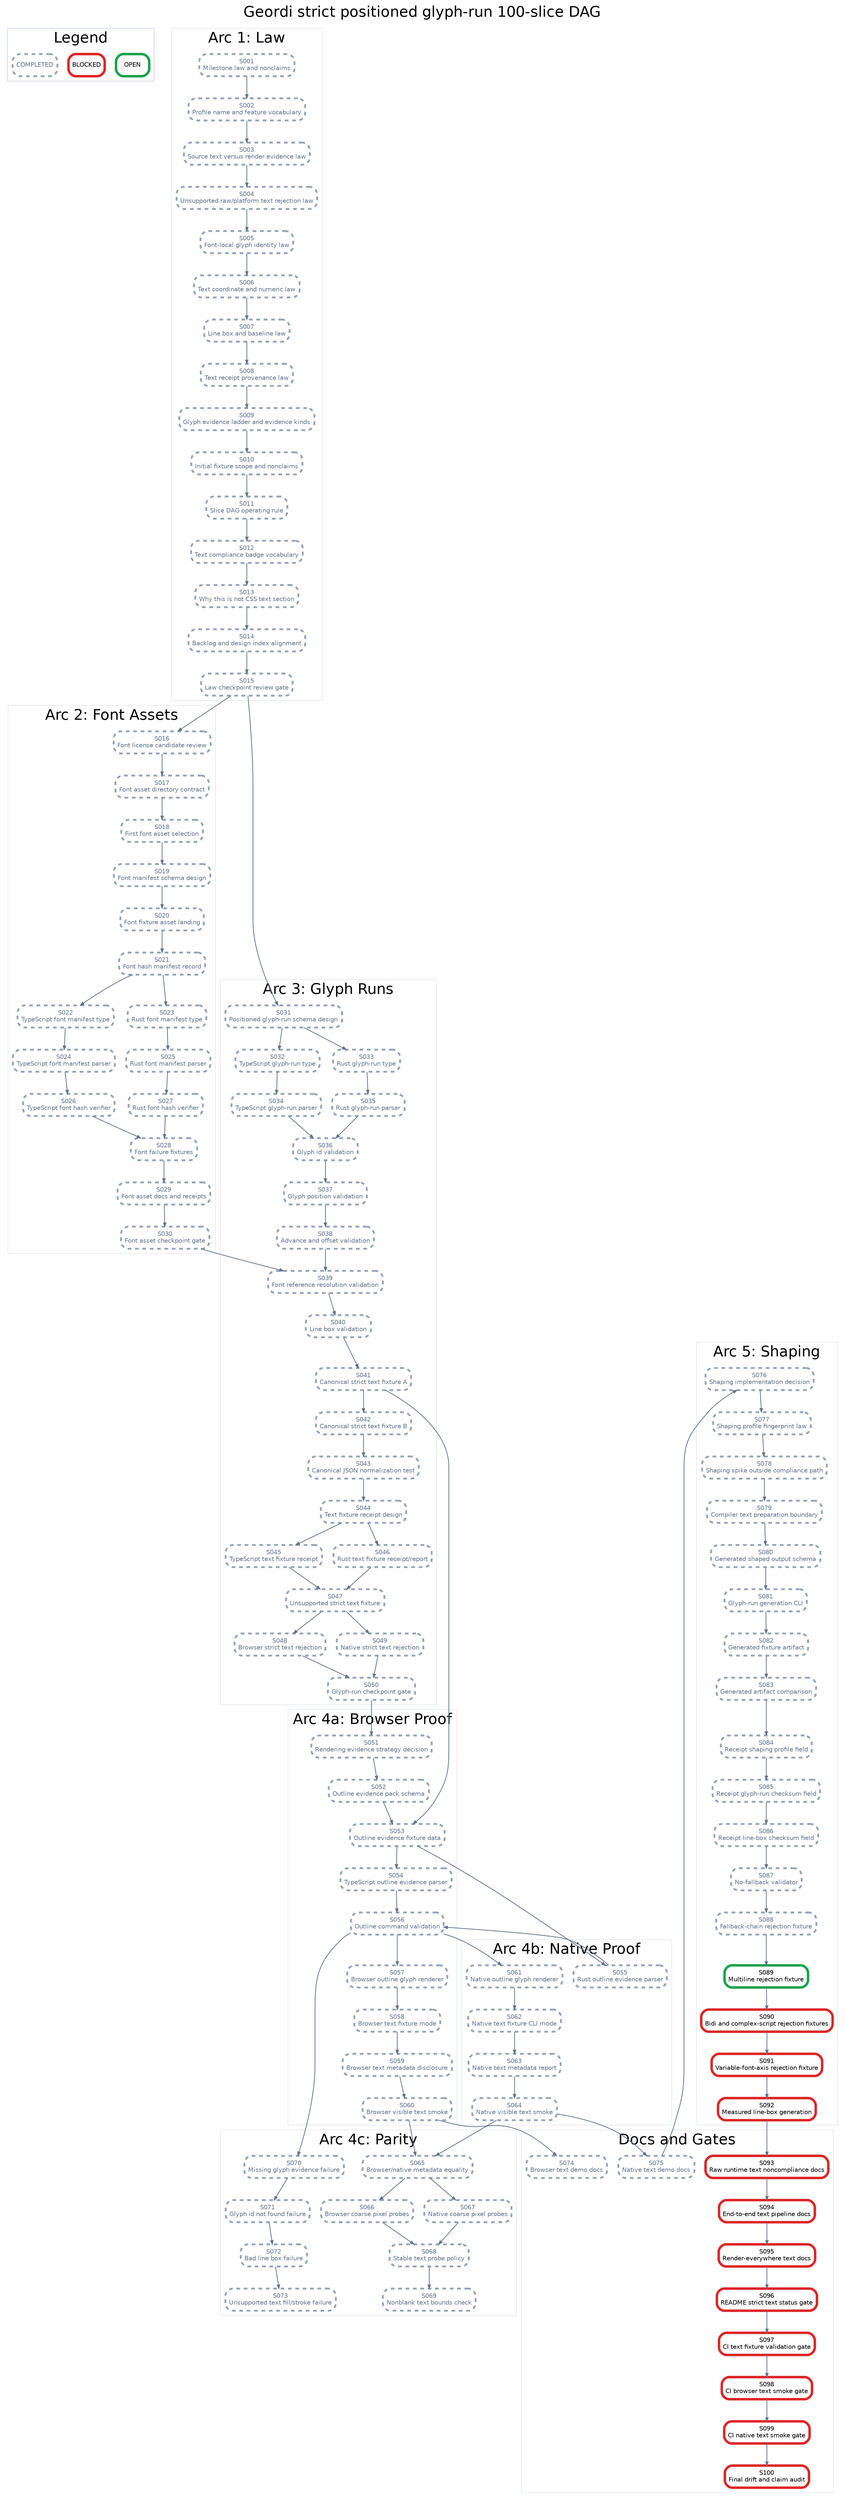
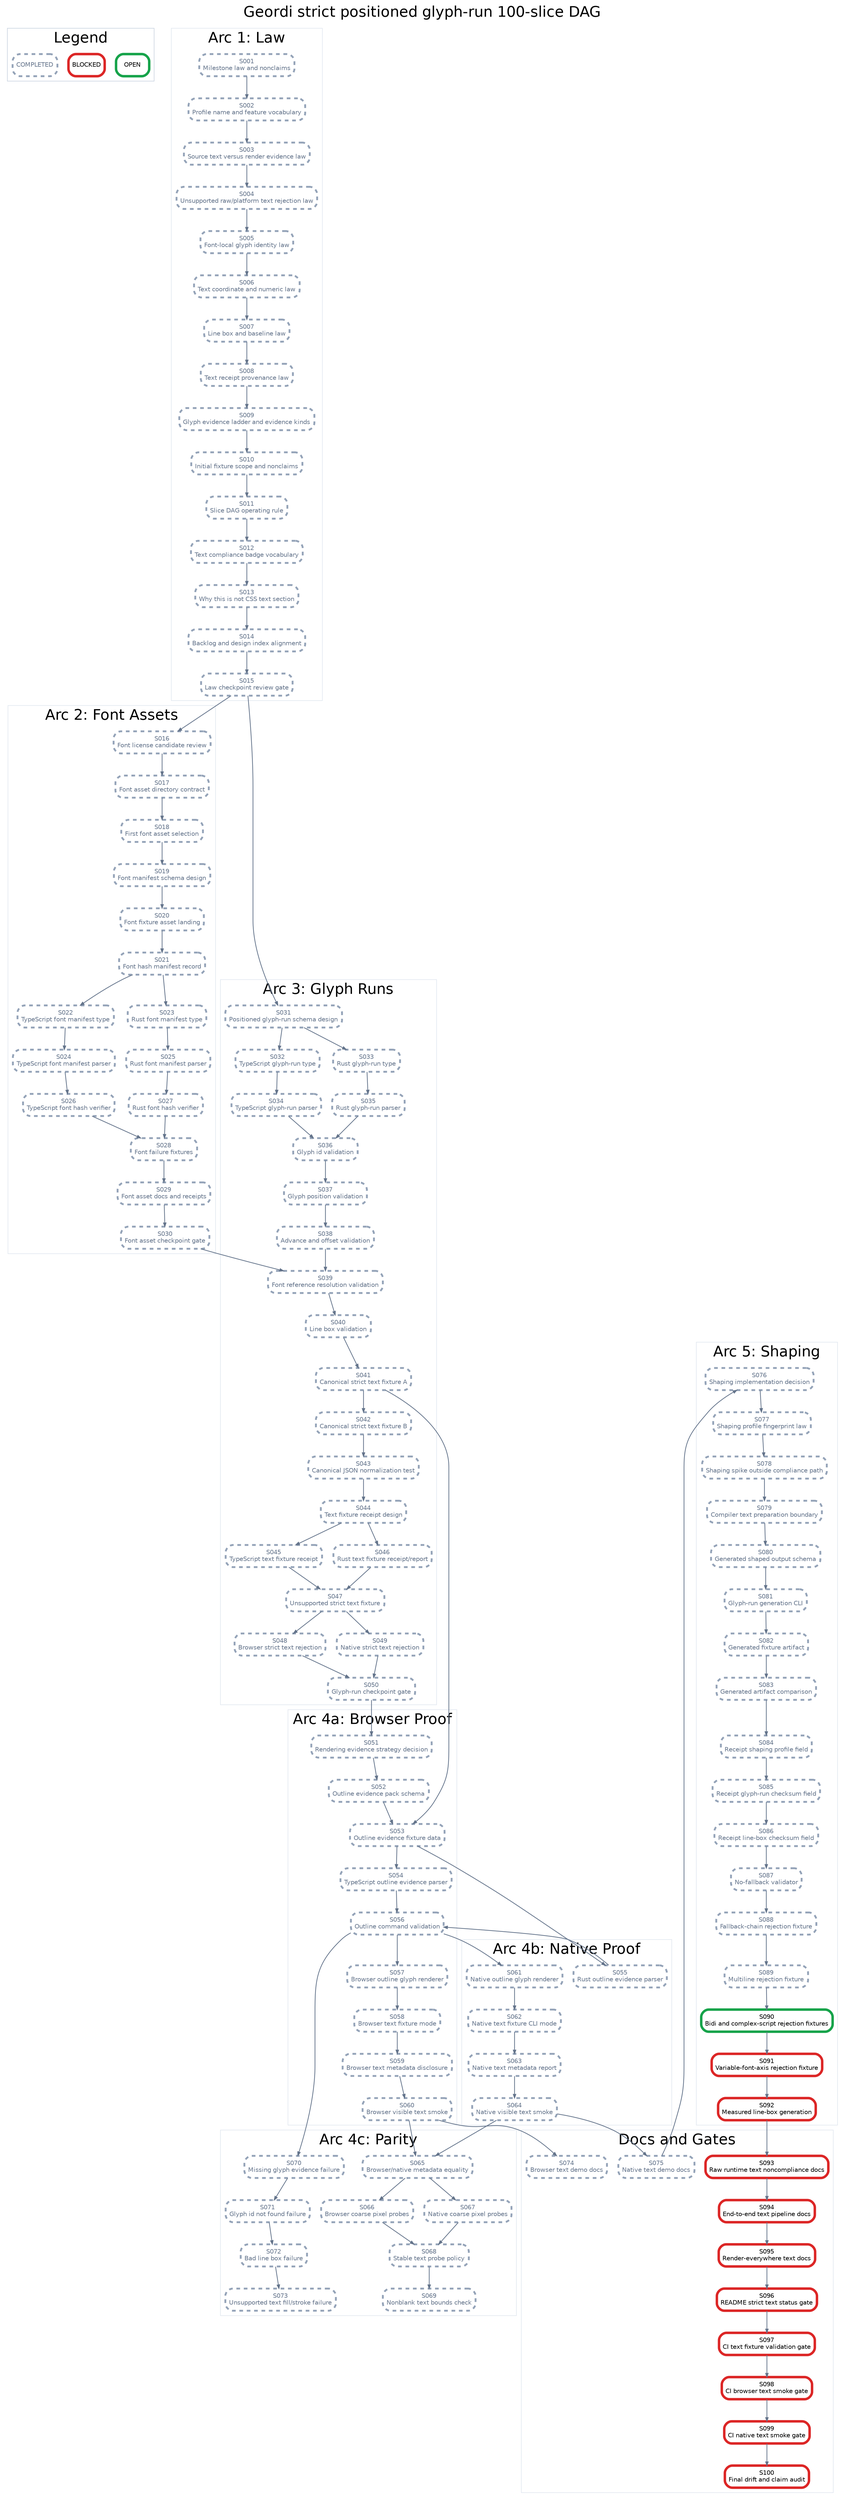
digraph StrictPositionedGlyphRunPlan {
  graph [rankdir=TB, bgcolor="white", fontname="Helvetica", label="Geordi strict positioned glyph-run 100-slice DAG", labelloc="t", fontsize=24];
  node [shape=box, style="rounded,filled", fillcolor="white", fontname="Helvetica", fontsize=10, margin="0.08,0.05"];
  edge [color="#64748b", arrowsize=0.6, penwidth=1.2];

  subgraph cluster_legend {
    label="Legend";
    color="#cbd5e1";
    legend_open [label="OPEN", color="#16a34a", penwidth=4];
    legend_blocked [label="BLOCKED", color="#dc2626", penwidth=4];
    legend_done [label="COMPLETED", color="#94a3b8", penwidth=3, style="rounded,filled,dashed", fontcolor="#64748b"];
  }

  subgraph cluster_law {
    label="Arc 1: Law";
    color="#e2e8f0";
    S001 [label="S001\nMilestone law and nonclaims", color="#94a3b8", penwidth=3, style="rounded,filled,dashed", fontcolor="#64748b"];
    S002 [label="S002\nProfile name and feature vocabulary", color="#94a3b8", penwidth=3, style="rounded,filled,dashed", fontcolor="#64748b"];
    S003 [label="S003\nSource text versus render evidence law", color="#94a3b8", penwidth=3, style="rounded,filled,dashed", fontcolor="#64748b"];
    S004 [label="S004\nUnsupported raw/platform text rejection law", color="#94a3b8", penwidth=3, style="rounded,filled,dashed", fontcolor="#64748b"];
    S005 [label="S005\nFont-local glyph identity law", color="#94a3b8", penwidth=3, style="rounded,filled,dashed", fontcolor="#64748b"];
    S006 [label="S006\nText coordinate and numeric law", color="#94a3b8", penwidth=3, style="rounded,filled,dashed", fontcolor="#64748b"];
    S007 [label="S007\nLine box and baseline law", color="#94a3b8", penwidth=3, style="rounded,filled,dashed", fontcolor="#64748b"];
    S008 [label="S008\nText receipt provenance law", color="#94a3b8", penwidth=3, style="rounded,filled,dashed", fontcolor="#64748b"];
    S009 [label="S009\nGlyph evidence ladder and evidence kinds", color="#94a3b8", penwidth=3, style="rounded,filled,dashed", fontcolor="#64748b"];
    S010 [label="S010\nInitial fixture scope and nonclaims", color="#94a3b8", penwidth=3, style="rounded,filled,dashed", fontcolor="#64748b"];
    S011 [label="S011\nSlice DAG operating rule", color="#94a3b8", penwidth=3, style="rounded,filled,dashed", fontcolor="#64748b"];
    S012 [label="S012\nText compliance badge vocabulary", color="#94a3b8", penwidth=3, style="rounded,filled,dashed", fontcolor="#64748b"];
    S013 [label="S013\nWhy this is not CSS text section", color="#94a3b8", penwidth=3, style="rounded,filled,dashed", fontcolor="#64748b"];
    S014 [label="S014\nBacklog and design index alignment", color="#94a3b8", penwidth=3, style="rounded,filled,dashed", fontcolor="#64748b"];
    S015 [label="S015\nLaw checkpoint review gate", color="#94a3b8", penwidth=3, style="rounded,filled,dashed", fontcolor="#64748b"];
  }

  subgraph cluster_assets {
    label="Arc 2: Font Assets";
    color="#e2e8f0";
    S016 [label="S016\nFont license candidate review", color="#94a3b8", penwidth=3, style="rounded,filled,dashed", fontcolor="#64748b"];
    S017 [label="S017\nFont asset directory contract", color="#94a3b8", penwidth=3, style="rounded,filled,dashed", fontcolor="#64748b"];
    S018 [label="S018\nFirst font asset selection", color="#94a3b8", penwidth=3, style="rounded,filled,dashed", fontcolor="#64748b"];
    S019 [label="S019\nFont manifest schema design", color="#94a3b8", penwidth=3, style="rounded,filled,dashed", fontcolor="#64748b"];
    S020 [label="S020\nFont fixture asset landing", color="#94a3b8", penwidth=3, style="rounded,filled,dashed", fontcolor="#64748b"];
    S021 [label="S021\nFont hash manifest record", color="#94a3b8", penwidth=3, style="rounded,filled,dashed", fontcolor="#64748b"];
    S022 [label="S022\nTypeScript font manifest type", color="#94a3b8", penwidth=3, style="rounded,filled,dashed", fontcolor="#64748b"];
    S023 [label="S023\nRust font manifest type", color="#94a3b8", penwidth=3, style="rounded,filled,dashed", fontcolor="#64748b"];
    S024 [label="S024\nTypeScript font manifest parser", color="#94a3b8", penwidth=3, style="rounded,filled,dashed", fontcolor="#64748b"];
    S025 [label="S025\nRust font manifest parser", color="#94a3b8", penwidth=3, style="rounded,filled,dashed", fontcolor="#64748b"];
    S026 [label="S026\nTypeScript font hash verifier", color="#94a3b8", penwidth=3, style="rounded,filled,dashed", fontcolor="#64748b"];
    S027 [label="S027\nRust font hash verifier", color="#94a3b8", penwidth=3, style="rounded,filled,dashed", fontcolor="#64748b"];
    S028 [label="S028\nFont failure fixtures", color="#94a3b8", penwidth=3, style="rounded,filled,dashed", fontcolor="#64748b"];
    S029 [label="S029\nFont asset docs and receipts", color="#94a3b8", penwidth=3, style="rounded,filled,dashed", fontcolor="#64748b"];
    S030 [label="S030\nFont asset checkpoint gate", color="#94a3b8", penwidth=3, style="rounded,filled,dashed", fontcolor="#64748b"];
  }

  subgraph cluster_glyph {
    label="Arc 3: Glyph Runs";
    color="#e2e8f0";
    S031 [label="S031\nPositioned glyph-run schema design", color="#94a3b8", penwidth=3, style="rounded,filled,dashed", fontcolor="#64748b"];
    S032 [label="S032\nTypeScript glyph-run type", color="#94a3b8", penwidth=3, style="rounded,filled,dashed", fontcolor="#64748b"];
    S033 [label="S033\nRust glyph-run type", color="#94a3b8", penwidth=3, style="rounded,filled,dashed", fontcolor="#64748b"];
    S034 [label="S034\nTypeScript glyph-run parser", color="#94a3b8", penwidth=3, style="rounded,filled,dashed", fontcolor="#64748b"];
    S035 [label="S035\nRust glyph-run parser", color="#94a3b8", penwidth=3, style="rounded,filled,dashed", fontcolor="#64748b"];
    S036 [label="S036\nGlyph id validation", color="#94a3b8", penwidth=3, style="rounded,filled,dashed", fontcolor="#64748b"];
    S037 [label="S037\nGlyph position validation", color="#94a3b8", penwidth=3, style="rounded,filled,dashed", fontcolor="#64748b"];
    S038 [label="S038\nAdvance and offset validation", color="#94a3b8", penwidth=3, style="rounded,filled,dashed", fontcolor="#64748b"];
    S039 [label="S039\nFont reference resolution validation", color="#94a3b8", penwidth=3, style="rounded,filled,dashed", fontcolor="#64748b"];
    S040 [label="S040\nLine box validation", color="#94a3b8", penwidth=3, style="rounded,filled,dashed", fontcolor="#64748b"];
    S041 [label="S041\nCanonical strict text fixture A", color="#94a3b8", penwidth=3, style="rounded,filled,dashed", fontcolor="#64748b"];
    S042 [label="S042\nCanonical strict text fixture B", color="#94a3b8", penwidth=3, style="rounded,filled,dashed", fontcolor="#64748b"];
    S043 [label="S043\nCanonical JSON normalization test", color="#94a3b8", penwidth=3, style="rounded,filled,dashed", fontcolor="#64748b"];
    S044 [label="S044\nText fixture receipt design", color="#94a3b8", penwidth=3, style="rounded,filled,dashed", fontcolor="#64748b"];
    S045 [label="S045\nTypeScript text fixture receipt", color="#94a3b8", penwidth=3, style="rounded,filled,dashed", fontcolor="#64748b"];
    S046 [label="S046\nRust text fixture receipt/report", color="#94a3b8", penwidth=3, style="rounded,filled,dashed", fontcolor="#64748b"];
    S047 [label="S047\nUnsupported strict text fixture", color="#94a3b8", penwidth=3, style="rounded,filled,dashed", fontcolor="#64748b"];
    S048 [label="S048\nBrowser strict text rejection", color="#94a3b8", penwidth=3, style="rounded,filled,dashed", fontcolor="#64748b"];
    S049 [label="S049\nNative strict text rejection", color="#94a3b8", penwidth=3, style="rounded,filled,dashed", fontcolor="#64748b"];
    S050 [label="S050\nGlyph-run checkpoint gate", color="#94a3b8", penwidth=3, style="rounded,filled,dashed", fontcolor="#64748b"];
  }

  subgraph cluster_browser {
    label="Arc 4a: Browser Proof";
    color="#e2e8f0";
    S051 [label="S051\nRendering evidence strategy decision", color="#94a3b8", penwidth=3, style="rounded,filled,dashed", fontcolor="#64748b"];
    S052 [label="S052\nOutline evidence pack schema", color="#94a3b8", penwidth=3, style="rounded,filled,dashed", fontcolor="#64748b"];
    S053 [label="S053\nOutline evidence fixture data", color="#94a3b8", penwidth=3, style="rounded,filled,dashed", fontcolor="#64748b"];
    S054 [label="S054\nTypeScript outline evidence parser", color="#94a3b8", penwidth=3, style="rounded,filled,dashed", fontcolor="#64748b"];
    S056 [label="S056\nOutline command validation", color="#94a3b8", penwidth=3, style="rounded,filled,dashed", fontcolor="#64748b"];
    S057 [label="S057\nBrowser outline glyph renderer", color="#94a3b8", penwidth=3, style="rounded,filled,dashed", fontcolor="#64748b"];
    S058 [label="S058\nBrowser text fixture mode", color="#94a3b8", penwidth=3, style="rounded,filled,dashed", fontcolor="#64748b"];
    S059 [label="S059\nBrowser text metadata disclosure", color="#94a3b8", penwidth=3, style="rounded,filled,dashed", fontcolor="#64748b"];
    S060 [label="S060\nBrowser visible text smoke", color="#94a3b8", penwidth=3, style="rounded,filled,dashed", fontcolor="#64748b"];
  }

  subgraph cluster_native {
    label="Arc 4b: Native Proof";
    color="#e2e8f0";
    S055 [label="S055\nRust outline evidence parser", color="#94a3b8", penwidth=3, style="rounded,filled,dashed", fontcolor="#64748b"];
    S061 [label="S061\nNative outline glyph renderer", color="#94a3b8", penwidth=3, style="rounded,filled,dashed", fontcolor="#64748b"];
    S062 [label="S062\nNative text fixture CLI mode", color="#94a3b8", penwidth=3, style="rounded,filled,dashed", fontcolor="#64748b"];
    S063 [label="S063\nNative text metadata report", color="#94a3b8", penwidth=3, style="rounded,filled,dashed", fontcolor="#64748b"];
    S064 [label="S064\nNative visible text smoke", color="#94a3b8", penwidth=3, style="rounded,filled,dashed", fontcolor="#64748b"];
  }

  subgraph cluster_parity {
    label="Arc 4c: Parity";
    color="#e2e8f0";
    S065 [label="S065\nBrowser/native metadata equality", color="#94a3b8", penwidth=3, style="rounded,filled,dashed", fontcolor="#64748b"];
    S066 [label="S066\nBrowser coarse pixel probes", color="#94a3b8", penwidth=3, style="rounded,filled,dashed", fontcolor="#64748b"];
    S067 [label="S067\nNative coarse pixel probes", color="#94a3b8", penwidth=3, style="rounded,filled,dashed", fontcolor="#64748b"];
    S068 [label="S068\nStable text probe policy", color="#94a3b8", penwidth=3, style="rounded,filled,dashed", fontcolor="#64748b"];
    S069 [label="S069\nNonblank text bounds check", color="#94a3b8", penwidth=3, style="rounded,filled,dashed", fontcolor="#64748b"];
    S070 [label="S070\nMissing glyph evidence failure", color="#94a3b8", penwidth=3, style="rounded,filled,dashed", fontcolor="#64748b"];
    S071 [label="S071\nGlyph id not found failure", color="#94a3b8", penwidth=3, style="rounded,filled,dashed", fontcolor="#64748b"];
    S072 [label="S072\nBad line box failure", color="#94a3b8", penwidth=3, style="rounded,filled,dashed", fontcolor="#64748b"];
    S073 [label="S073\nUnsupported text fill/stroke failure", color="#94a3b8", penwidth=3, style="rounded,filled,dashed", fontcolor="#64748b"];
  }

  subgraph cluster_shaping {
    label="Arc 5: Shaping";
    color="#e2e8f0";
    S076 [label="S076\nShaping implementation decision", color="#94a3b8", penwidth=3, style="rounded,filled,dashed", fontcolor="#64748b"];
    S077 [label="S077\nShaping profile fingerprint law", color="#94a3b8", penwidth=3, style="rounded,filled,dashed", fontcolor="#64748b"];
    S078 [label="S078\nShaping spike outside compliance path", color="#94a3b8", penwidth=3, style="rounded,filled,dashed", fontcolor="#64748b"];
    S079 [label="S079\nCompiler text preparation boundary", color="#94a3b8", penwidth=3, style="rounded,filled,dashed", fontcolor="#64748b"];
    S080 [label="S080\nGenerated shaped output schema", color="#94a3b8", penwidth=3, style="rounded,filled,dashed", fontcolor="#64748b"];
    S081 [label="S081\nGlyph-run generation CLI", color="#94a3b8", penwidth=3, style="rounded,filled,dashed", fontcolor="#64748b"];
    S082 [label="S082\nGenerated fixture artifact", color="#94a3b8", penwidth=3, style="rounded,filled,dashed", fontcolor="#64748b"];
    S083 [label="S083\nGenerated artifact comparison", color="#94a3b8", penwidth=3, style="rounded,filled,dashed", fontcolor="#64748b"];
    S084 [label="S084\nReceipt shaping profile field", color="#94a3b8", penwidth=3, style="rounded,filled,dashed", fontcolor="#64748b"];
    S085 [label="S085\nReceipt glyph-run checksum field", color="#94a3b8", penwidth=3, style="rounded,filled,dashed", fontcolor="#64748b"];
    S086 [label="S086\nReceipt line-box checksum field", color="#94a3b8", penwidth=3, style="rounded,filled,dashed", fontcolor="#64748b"];
    S087 [label="S087\nNo-fallback validator", color="#94a3b8", penwidth=3, style="rounded,filled,dashed", fontcolor="#64748b"];
    S088 [label="S088\nFallback-chain rejection fixture", color="#94a3b8", penwidth=3, style="rounded,filled,dashed", fontcolor="#64748b"];
-     S089 [label="S089\nMultiline rejection fixture", color="#16a34a", penwidth=4];
-     S090 [label="S090\nBidi and complex-script rejection fixtures", color="#dc2626", penwidth=4];
+     S089 [label="S089\nMultiline rejection fixture", color="#94a3b8", penwidth=3, style="rounded,filled,dashed", fontcolor="#64748b"];
+     S090 [label="S090\nBidi and complex-script rejection fixtures", color="#16a34a", penwidth=4];
    S091 [label="S091\nVariable-font-axis rejection fixture", color="#dc2626", penwidth=4];
    S092 [label="S092\nMeasured line-box generation", color="#dc2626", penwidth=4];
  }

  subgraph cluster_docs {
    label="Docs and Gates";
    color="#e2e8f0";
    S074 [label="S074\nBrowser text demo docs", color="#94a3b8", penwidth=3, style="rounded,filled,dashed", fontcolor="#64748b"];
    S075 [label="S075\nNative text demo docs", color="#94a3b8", penwidth=3, style="rounded,filled,dashed", fontcolor="#64748b"];
    S093 [label="S093\nRaw runtime text noncompliance docs", color="#dc2626", penwidth=4];
    S094 [label="S094\nEnd-to-end text pipeline docs", color="#dc2626", penwidth=4];
    S095 [label="S095\nRender-everywhere text docs", color="#dc2626", penwidth=4];
    S096 [label="S096\nREADME strict text status gate", color="#dc2626", penwidth=4];
    S097 [label="S097\nCI text fixture validation gate", color="#dc2626", penwidth=4];
    S098 [label="S098\nCI browser text smoke gate", color="#dc2626", penwidth=4];
    S099 [label="S099\nCI native text smoke gate", color="#dc2626", penwidth=4];
    S100 [label="S100\nFinal drift and claim audit", color="#dc2626", penwidth=4];
  }

  S001 -> S002;
  S002 -> S003;
  S003 -> S004;
  S004 -> S005;
  S005 -> S006;
  S006 -> S007;
  S007 -> S008;
  S008 -> S009;
  S009 -> S010;
  S010 -> S011;
  S011 -> S012;
  S012 -> S013;
  S013 -> S014;
  S014 -> S015;
  S015 -> S016;
  S016 -> S017;
  S017 -> S018;
  S018 -> S019;
  S019 -> S020;
  S020 -> S021;
  S021 -> S022;
  S021 -> S023;
  S022 -> S024;
  S023 -> S025;
  S024 -> S026;
  S025 -> S027;
  S026 -> S028;
  S027 -> S028;
  S028 -> S029;
  S029 -> S030;
  S015 -> S031;
  S031 -> S032;
  S031 -> S033;
  S032 -> S034;
  S033 -> S035;
  S034 -> S036;
  S035 -> S036;
  S036 -> S037;
  S037 -> S038;
  S038 -> S039;
  S039 -> S040;
  S030 -> S039;
  S040 -> S041;
  S041 -> S042;
  S042 -> S043;
  S043 -> S044;
  S044 -> S045;
  S044 -> S046;
  S045 -> S047;
  S046 -> S047;
  S047 -> S048;
  S047 -> S049;
  S048 -> S050;
  S049 -> S050;
  S050 -> S051;
  S051 -> S052;
  S052 -> S053;
  S041 -> S053;
  S053 -> S054;
  S053 -> S055;
  S054 -> S056;
  S055 -> S056;
  S056 -> S057;
  S057 -> S058;
  S058 -> S059;
  S059 -> S060;
  S056 -> S061;
  S061 -> S062;
  S062 -> S063;
  S063 -> S064;
  S060 -> S065;
  S064 -> S065;
  S065 -> S066;
  S065 -> S067;
  S066 -> S068;
  S067 -> S068;
  S068 -> S069;
  S056 -> S070;
  S070 -> S071;
  S071 -> S072;
  S072 -> S073;
  S060 -> S074;
  S064 -> S075;
  S075 -> S076;
  S076 -> S077;
  S077 -> S078;
  S078 -> S079;
  S079 -> S080;
  S080 -> S081;
  S081 -> S082;
  S082 -> S083;
  S083 -> S084;
  S084 -> S085;
  S085 -> S086;
  S086 -> S087;
  S087 -> S088;
  S088 -> S089;
  S089 -> S090;
  S090 -> S091;
  S091 -> S092;
  S092 -> S093;
  S093 -> S094;
  S094 -> S095;
  S095 -> S096;
  S096 -> S097;
  S097 -> S098;
  S098 -> S099;
  S099 -> S100;
}
